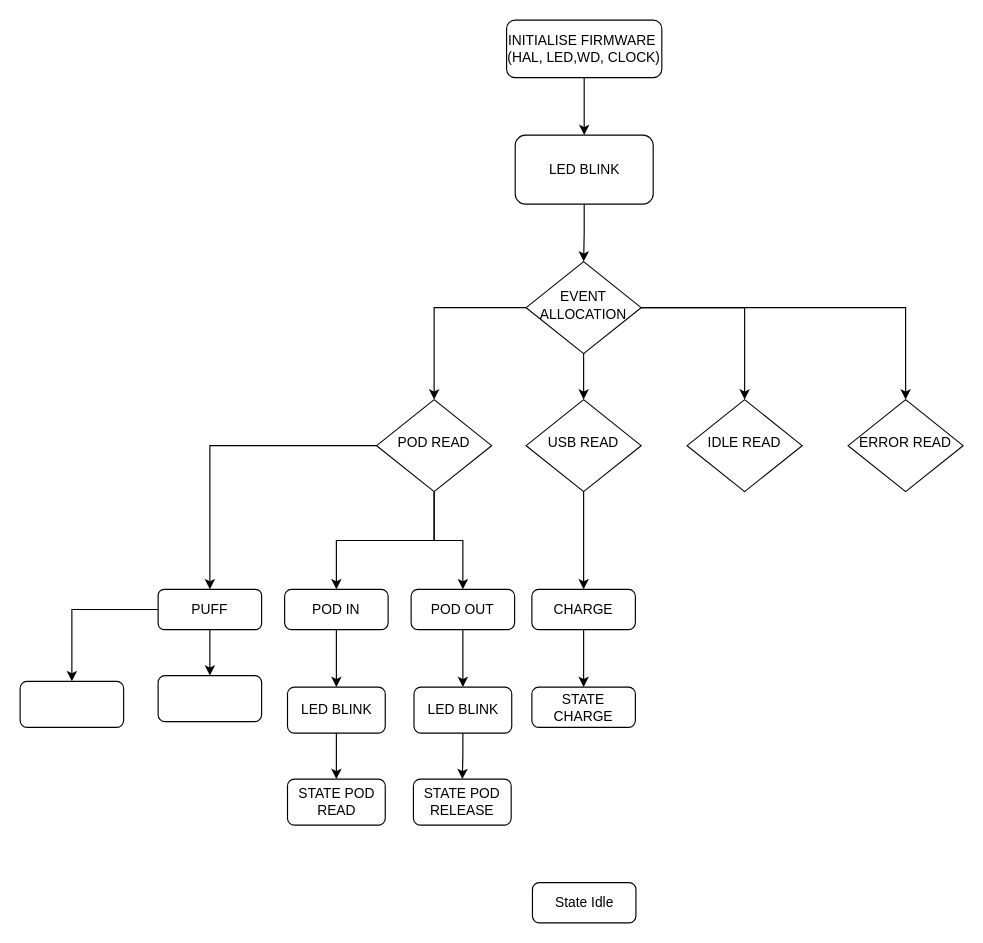
Above: GT_X10 Software flowchart.drawio in yinxingyi/DRAW.IO (draw.io), before the change. Source tidied: cells renumbered, new cells numbered last; positions are measured from the earlier drawing's top-left corner, leaving out a move shared by most shapes. Both pictures are drawn from the tidied source at 115%, with x=0, y=0 at pixel (20, 20).
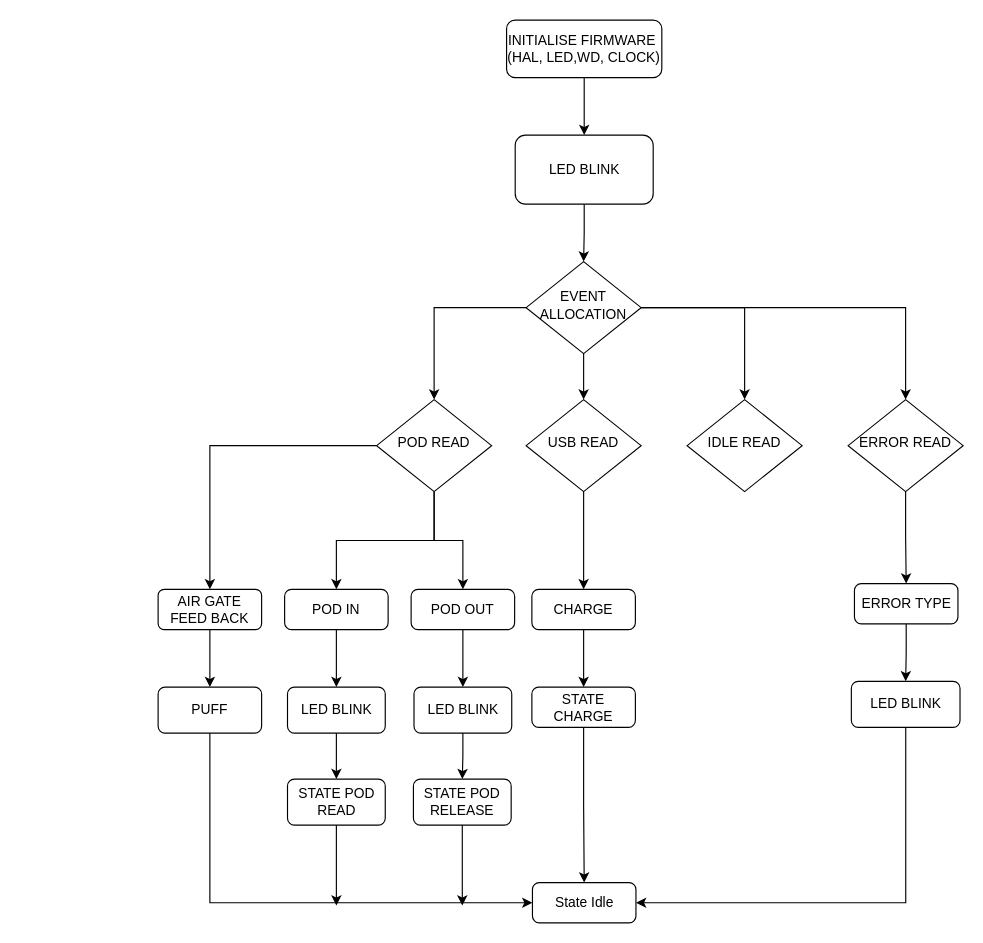
The same diagram, later.

Unchanged cells that the change refers to:
```xml
<mxCell id="18" value="ERROR READ" style="rhombus;whiteSpace=wrap;html=1;shadow=0;fontFamily=Helvetica;fontSize=12;align=center;strokeWidth=1;spacing=6;spacingTop=-4;" parent="1" vertex="1">
  <mxGeometry x="720" y="330" width="100" height="80" as="geometry" />
</mxCell>
<mxCell id="28" value="State Idle" style="rounded=1;whiteSpace=wrap;html=1;arcSize=17;" parent="1" vertex="1">
  <mxGeometry x="445.5" y="750" width="90" height="35" as="geometry" />
</mxCell>
<mxCell id="33" value="STATE POD READ" style="rounded=1;whiteSpace=wrap;html=1;" parent="1" vertex="1">
  <mxGeometry x="232.5" y="660" width="85" height="40" as="geometry" />
</mxCell>
<mxCell id="34" value="STATE POD RELEASE" style="rounded=1;whiteSpace=wrap;html=1;" parent="1" vertex="1">
  <mxGeometry x="342" y="660" width="85" height="40" as="geometry" />
</mxCell>
<mxCell id="35" value="STATE CHARGE" style="rounded=1;whiteSpace=wrap;html=1;arcSize=17;" parent="1" vertex="1">
  <mxGeometry x="445" y="580" width="90" height="35" as="geometry" />
</mxCell>
```

The edit, as a diff of the source:
```diff
@@
+    <mxCell id="38" style="edgeStyle=orthogonalEdgeStyle;rounded=0;jettySize=auto;html=1;entryX=0.5;entryY=0;entryDx=0;entryDy=0;" parent="1" edge="1" source="18" target="44">
+      <mxGeometry relative="1" as="geometry" />
+    </mxCell>
@@
-    <mxCell id="20" style="edgeStyle=orthogonalEdgeStyle;rounded=0;jettySize=auto;html=1;" parent="1" edge="1" source="21" target="37">
-      <mxGeometry relative="1" as="geometry" />
-    </mxCell>
-    <mxCell id="21" value="PUFF" style="rounded=1;whiteSpace=wrap;html=1;" parent="1" vertex="1">
+    <mxCell id="21" value="AIR GATE FEED BACK" style="rounded=1;whiteSpace=wrap;html=1;" parent="1" vertex="1">
       <mxGeometry x="120" y="495" width="90" height="35" as="geometry" />
     </mxCell>
@@
+    <mxCell id="39" style="edgeStyle=orthogonalEdgeStyle;rounded=0;jettySize=auto;html=1;" parent="1" edge="1" source="33">
+      <mxGeometry relative="1" as="geometry">
+        <mxPoint x="275" y="770" as="targetPoint" />
+      </mxGeometry>
+    </mxCell>
@@
+    <mxCell id="40" style="edgeStyle=orthogonalEdgeStyle;rounded=0;jettySize=auto;html=1;" parent="1" edge="1" source="34">
+      <mxGeometry relative="1" as="geometry">
+        <mxPoint x="384.5" y="770" as="targetPoint" />
+      </mxGeometry>
+    </mxCell>
@@
+    <mxCell id="41" style="edgeStyle=orthogonalEdgeStyle;rounded=0;jettySize=auto;html=1;entryX=0.5;entryY=0;entryDx=0;entryDy=0;" parent="1" edge="1" source="35" target="28">
+      <mxGeometry relative="1" as="geometry" />
+    </mxCell>
@@
+    <mxCell id="42" style="edgeStyle=orthogonalEdgeStyle;rounded=0;jettySize=auto;html=1;entryX=0;entryY=0.5;entryDx=0;entryDy=0;" parent="1" edge="1" source="36" target="28">
+      <mxGeometry relative="1" as="geometry">
+        <Array as="points">
+          <mxPoint x="165" y="768" />
+        </Array>
+      </mxGeometry>
+    </mxCell>
-    <mxCell id="36" style="rounded=1;whiteSpace=wrap;html=1;" parent="1" vertex="1">
-      <mxGeometry x="120" y="570" width="90" height="40" as="geometry" />
+    <mxCell id="36" value="PUFF" style="rounded=1;whiteSpace=wrap;html=1;" parent="1" vertex="1">
+      <mxGeometry x="120" y="580" width="90" height="40" as="geometry" />
     </mxCell>
-    <mxCell id="37" style="rounded=1;whiteSpace=wrap;html=1;" parent="1" vertex="1">
-      <mxGeometry y="575" width="90" height="40" as="geometry" />
-    </mxCell>
+    <mxCell id="43" style="edgeStyle=orthogonalEdgeStyle;rounded=0;jettySize=auto;html=1;entryX=0.5;entryY=0;entryDx=0;entryDy=0;" parent="1" edge="1" source="44" target="46">
+      <mxGeometry relative="1" as="geometry" />
+    </mxCell>
+    <mxCell id="44" value="ERROR TYPE" style="rounded=1;whiteSpace=wrap;html=1;arcSize=17;" parent="1" vertex="1">
+      <mxGeometry x="725.5" y="490" width="90" height="35" as="geometry" />
+    </mxCell>
+    <mxCell id="45" style="edgeStyle=orthogonalEdgeStyle;rounded=0;jettySize=auto;html=1;entryX=1;entryY=0.5;entryDx=0;entryDy=0;" parent="1" edge="1" source="46" target="28">
+      <mxGeometry relative="1" as="geometry">
+        <Array as="points">
+          <mxPoint x="770" y="768" />
+        </Array>
+      </mxGeometry>
+    </mxCell>
+    <mxCell id="46" value="LED BLINK" style="rounded=1;whiteSpace=wrap;html=1;" parent="1" vertex="1">
+      <mxGeometry x="722.8" y="575" width="94.5" height="40" as="geometry" />
+    </mxCell>
```
